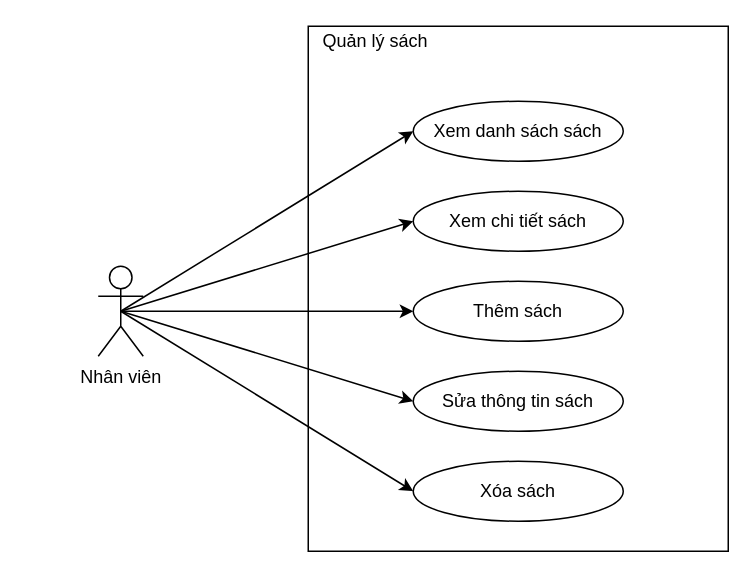
giangnt15/final-year-project keeps this draw.io diagram as Documents/Biểu đồ usecase quản lý sách.drawio. Above is the earlier version. Source tidied: cells renumbered, new cells numbered last; positions are measured from the earlier drawing's top-left corner, leaving out a move shared by most shapes. Both pictures are drawn from the tidied source at 150%, with x=0, y=0 at pixel (98, 26).
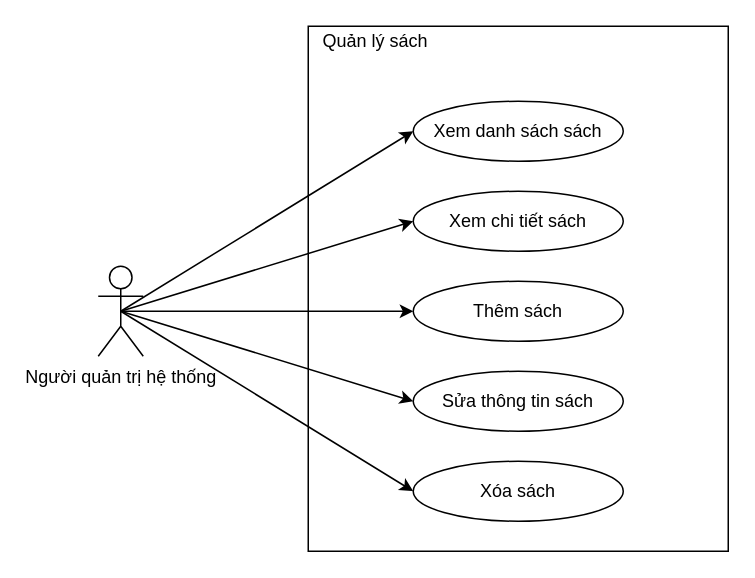
After the change.

Change to the diagram source:
```diff
@@
 <mxGraphModel>
   <root>
     <mxCell id="0" />
     <mxCell id="1" parent="0" />
     <mxCell id="2" style="rounded=0;whiteSpace=wrap;html=1;" parent="1" vertex="1">
       <mxGeometry x="140" width="280" height="350" as="geometry" />
     </mxCell>
     <mxCell id="3" value="Quản lý sách" style="text;html=1;strokeColor=none;fillColor=none;align=center;verticalAlign=middle;whiteSpace=wrap;rounded=0;" parent="1" vertex="1">
       <mxGeometry x="140" width="90" height="20" as="geometry" />
     </mxCell>
-    <mxCell id="4" value="Nhân viên" style="shape=umlActor;verticalLabelPosition=bottom;labelBackgroundColor=#ffffff;verticalAlign=top;html=1;outlineConnect=0;" parent="1" vertex="1">
+    <mxCell id="4" value="Người quản trị hệ thống" style="shape=umlActor;verticalLabelPosition=bottom;labelBackgroundColor=#ffffff;verticalAlign=top;html=1;outlineConnect=0;" parent="1" vertex="1">
       <mxGeometry y="160" width="30" height="60" as="geometry" />
     </mxCell>
     <mxCell id="5" value="Xem danh sách sách" style="ellipse;whiteSpace=wrap;html=1;" parent="1" vertex="1">
       <mxGeometry x="210" y="50" width="140" height="40" as="geometry" />
     </mxCell>
     <mxCell id="6" value="Xem chi tiết sách" style="ellipse;whiteSpace=wrap;html=1;" parent="1" vertex="1">
       <mxGeometry x="210" y="110" width="140" height="40" as="geometry" />
     </mxCell>
     <mxCell id="7" value="Thêm sách" style="ellipse;whiteSpace=wrap;html=1;" parent="1" vertex="1">
       <mxGeometry x="210" y="170" width="140" height="40" as="geometry" />
     </mxCell>
     <mxCell id="8" value="Sửa thông tin sách" style="ellipse;whiteSpace=wrap;html=1;" parent="1" vertex="1">
       <mxGeometry x="210" y="230" width="140" height="40" as="geometry" />
     </mxCell>
     <mxCell id="9" value="Xóa sách" style="ellipse;whiteSpace=wrap;html=1;" parent="1" vertex="1">
       <mxGeometry x="210" y="290" width="140" height="40" as="geometry" />
     </mxCell>
     <mxCell id="10" style="endArrow=classic;html=1;exitX=0.5;exitY=0.5;exitDx=0;exitDy=0;exitPerimeter=0;entryX=0;entryY=0.5;entryDx=0;entryDy=0;" parent="1" edge="1" source="4" target="5">
       <mxGeometry relative="1" as="geometry" />
     </mxCell>
     <mxCell id="11" style="endArrow=classic;html=1;exitX=0.5;exitY=0.5;exitDx=0;exitDy=0;exitPerimeter=0;entryX=0;entryY=0.5;entryDx=0;entryDy=0;" parent="1" edge="1" source="4" target="6">
       <mxGeometry relative="1" as="geometry" />
     </mxCell>
     <mxCell id="12" style="endArrow=classic;html=1;exitX=0.5;exitY=0.5;exitDx=0;exitDy=0;exitPerimeter=0;entryX=0;entryY=0.5;entryDx=0;entryDy=0;" parent="1" edge="1" source="4" target="7">
       <mxGeometry relative="1" as="geometry" />
     </mxCell>
     <mxCell id="13" style="endArrow=classic;html=1;exitX=0.5;exitY=0.5;exitDx=0;exitDy=0;exitPerimeter=0;entryX=0;entryY=0.5;entryDx=0;entryDy=0;" parent="1" edge="1" source="4" target="8">
       <mxGeometry relative="1" as="geometry" />
     </mxCell>
     <mxCell id="14" style="endArrow=classic;html=1;exitX=0.5;exitY=0.5;exitDx=0;exitDy=0;exitPerimeter=0;entryX=0;entryY=0.5;entryDx=0;entryDy=0;" parent="1" edge="1" source="4" target="9">
       <mxGeometry relative="1" as="geometry" />
     </mxCell>
   </root>
 </mxGraphModel>
```
